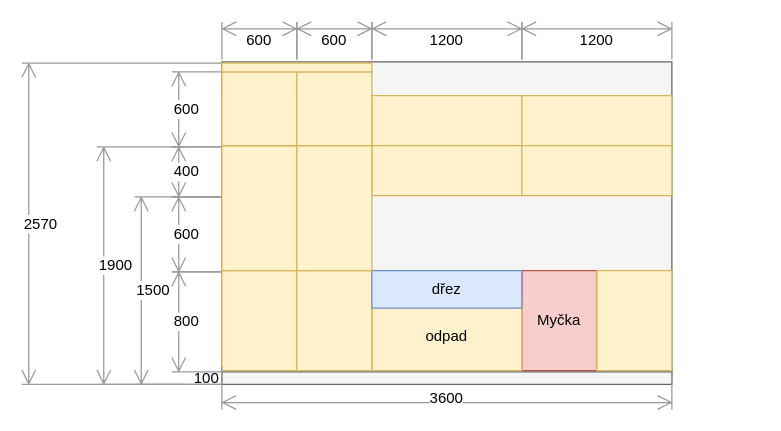
Earlier version of the draw.io diagram docs/src/static/drawings/kitchen.wall-watter.drawio (surquest/flat-renovation). Source tidied: cells renumbered, new cells numbered last; positions are measured from the earlier drawing's top-left corner, leaving out a move shared by most shapes. Both pictures are drawn from the tidied source at 125%, with x=0, y=0 at pixel (21, 21).
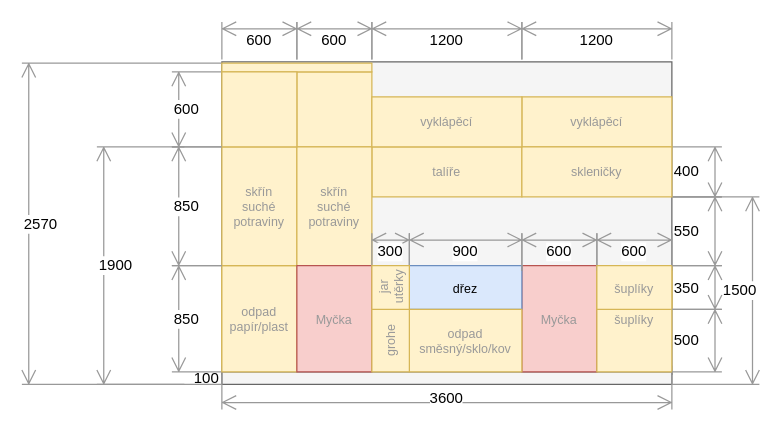
Above is the later version.

Diff of the diagram source:
```diff
@@
-    <mxCell id="6" value="800" style="shape=dimension;direction=south;whiteSpace=wrap;html=1;align=left;verticalAlign=middle;labelBackgroundColor=#ffffff;strokeColor=#999999;" parent="1" vertex="1">
-      <mxGeometry x="120" y="200" width="40" height="80" as="geometry" />
+    <mxCell id="6" value="850" style="shape=dimension;direction=south;whiteSpace=wrap;html=1;align=left;verticalAlign=middle;labelBackgroundColor=#ffffff;strokeColor=#999999;" parent="1" vertex="1">
+      <mxGeometry x="120" y="195" width="40" height="85" as="geometry" />
     </mxCell>
-    <mxCell id="7" value="400" style="shape=dimension;direction=south;whiteSpace=wrap;html=1;align=left;verticalAlign=middle;labelBackgroundColor=#ffffff;strokeColor=#999999;" parent="1" vertex="1">
-      <mxGeometry x="120" y="100" width="40" height="40" as="geometry" />
+    <mxCell id="7" value="400" style="shape=dimension;direction=south;whiteSpace=wrap;html=1;align=left;verticalAlign=middle;labelBackgroundColor=#ffffff;strokeColor=#999999;flipV=1;flipH=1;" parent="1" vertex="1">
+      <mxGeometry x="520" y="100" width="40" height="40" as="geometry" />
     </mxCell>
-    <mxCell id="8" value="1500" style="shape=dimension;direction=south;whiteSpace=wrap;html=1;align=left;verticalAlign=middle;labelBackgroundColor=#ffffff;strokeColor=#999999;" parent="1" vertex="1">
-      <mxGeometry x="90" y="140" width="70" height="150" as="geometry" />
+    <mxCell id="8" value="1500" style="shape=dimension;direction=south;whiteSpace=wrap;html=1;align=right;verticalAlign=middle;labelBackgroundColor=#ffffff;strokeColor=#999999;flipV=1;flipH=1;" parent="1" vertex="1">
+      <mxGeometry x="520" y="140" width="70" height="150" as="geometry" />
     </mxCell>
-    <mxCell id="9" value="Myčka" style="rounded=0;whiteSpace=wrap;html=1;fillColor=#f8cecc;strokeColor=#b85450;" parent="1" vertex="1">
-      <mxGeometry x="400" y="199" width="60" height="80" as="geometry" />
+    <mxCell id="9" value="Myčka" style="rounded=0;whiteSpace=wrap;html=1;fillColor=#f8cecc;strokeColor=#b85450;fontColor=#999999;fontSize=10;" parent="1" vertex="1">
+      <mxGeometry x="400" y="195" width="60" height="85" as="geometry" />
     </mxCell>
-    <mxCell id="10" value="odpad" style="rounded=0;whiteSpace=wrap;html=1;fillColor=#fff2cc;strokeColor=#d6b656;" parent="1" vertex="1">
-      <mxGeometry x="280" y="224" width="120" height="55" as="geometry" />
-    </mxCell>
@@
-    <mxCell id="13" style="rounded=0;whiteSpace=wrap;html=1;fillColor=#fff2cc;strokeColor=#d6b656;" parent="1" vertex="1">
-      <mxGeometry x="220" y="199" width="60" height="80" as="geometry" />
+    <mxCell id="13" value="odpad&lt;br style=&quot;font-size: 10px;&quot;&gt;papír/plast" style="rounded=0;whiteSpace=wrap;html=1;fillColor=#fff2cc;strokeColor=#d6b656;fontColor=#999999;fontSize=10;" parent="1" vertex="1">
+      <mxGeometry x="160" y="195" width="60" height="85" as="geometry" />
     </mxCell>
-    <mxCell id="14" value="dřez" style="rounded=0;whiteSpace=wrap;html=1;fillColor=#dae8fc;strokeColor=#6c8ebf;" parent="1" vertex="1">
-      <mxGeometry x="280" y="199" width="120" height="30" as="geometry" />
+    <mxCell id="14" value="dřez" style="rounded=0;whiteSpace=wrap;html=1;fillColor=#dae8fc;strokeColor=#6c8ebf;fontSize=10;" parent="1" vertex="1">
+      <mxGeometry x="310" y="195" width="90" height="35" as="geometry" />
     </mxCell>
-    <mxCell id="15" value="600" style="shape=dimension;direction=south;whiteSpace=wrap;html=1;align=left;verticalAlign=middle;labelBackgroundColor=#ffffff;strokeColor=#999999;" parent="1" vertex="1">
-      <mxGeometry x="120" y="140" width="40" height="60" as="geometry" />
+    <mxCell id="15" value="550" style="shape=dimension;direction=south;whiteSpace=wrap;html=1;align=left;verticalAlign=middle;labelBackgroundColor=#ffffff;strokeColor=#999999;flipV=1;flipH=1;" parent="1" vertex="1">
+      <mxGeometry x="520" y="140" width="40" height="55" as="geometry" />
     </mxCell>
-    <mxCell id="16" style="rounded=0;whiteSpace=wrap;html=1;fillColor=#fff2cc;strokeColor=#d6b656;" parent="1" vertex="1">
-      <mxGeometry x="280" y="59" width="120" height="40" as="geometry" />
-    </mxCell>
-    <mxCell id="17" style="rounded=0;whiteSpace=wrap;html=1;fillColor=#fff2cc;strokeColor=#d6b656;" parent="1" vertex="1">
-      <mxGeometry x="280" y="99" width="120" height="40" as="geometry" />
+    <mxCell id="17" value="talíře" style="rounded=0;whiteSpace=wrap;html=1;fillColor=#fff2cc;strokeColor=#d6b656;fontColor=#999999;fontSize=10;" parent="1" vertex="1">
+      <mxGeometry x="280" y="100" width="120" height="40" as="geometry" />
     </mxCell>
@@
-    <mxCell id="21" style="rounded=0;whiteSpace=wrap;html=1;fillColor=#fff2cc;strokeColor=#d6b656;" parent="1" vertex="1">
-      <mxGeometry x="160" y="99" width="60" height="100" as="geometry" />
+    <mxCell id="21" value="skřín&lt;br style=&quot;font-size: 10px;&quot;&gt;suché potraviny" style="rounded=0;whiteSpace=wrap;html=1;fillColor=#fff2cc;strokeColor=#d6b656;labelBackgroundColor=none;fontColor=#999999;fontSize=10;" parent="1" vertex="1">
+      <mxGeometry x="160" y="100" width="60" height="95" as="geometry" />
     </mxCell>
-    <mxCell id="22" style="rounded=0;whiteSpace=wrap;html=1;fillColor=#fff2cc;strokeColor=#d6b656;" parent="1" vertex="1">
-      <mxGeometry x="160" y="59" width="60" height="40" as="geometry" />
-    </mxCell>
     <mxCell id="23" style="rounded=0;whiteSpace=wrap;html=1;fillColor=#fff2cc;strokeColor=#d6b656;" parent="1" vertex="1">
-      <mxGeometry x="160" y="40" width="60" height="59" as="geometry" />
+      <mxGeometry x="220" y="40" width="60" height="60" as="geometry" />
     </mxCell>
-    <mxCell id="24" style="rounded=0;whiteSpace=wrap;html=1;fillColor=#fff2cc;strokeColor=#d6b656;" parent="1" vertex="1">
-      <mxGeometry x="220" y="99" width="60" height="100" as="geometry" />
+    <mxCell id="24" value="skřín&lt;br style=&quot;font-size: 10px;&quot;&gt;suché&lt;br style=&quot;font-size: 10px;&quot;&gt;potraviny" style="rounded=0;whiteSpace=wrap;html=1;fillColor=#fff2cc;strokeColor=#d6b656;fontColor=#999999;fontSize=10;" parent="1" vertex="1">
+      <mxGeometry x="220" y="100" width="60" height="95" as="geometry" />
     </mxCell>
-    <mxCell id="25" style="rounded=0;whiteSpace=wrap;html=1;fillColor=#fff2cc;strokeColor=#d6b656;" parent="1" vertex="1">
-      <mxGeometry x="220" y="40" width="60" height="59" as="geometry" />
-    </mxCell>
@@
-    <mxCell id="29" style="rounded=0;whiteSpace=wrap;html=1;fillColor=#fff2cc;strokeColor=#d6b656;" parent="1" vertex="1">
-      <mxGeometry x="400" y="59" width="120" height="40" as="geometry" />
+    <mxCell id="29" value="&lt;span style=&quot;color: rgb(153, 153, 153); font-size: 10px;&quot;&gt;vyklápěcí&lt;/span&gt;" style="rounded=0;whiteSpace=wrap;html=1;fillColor=#fff2cc;strokeColor=#d6b656;fontSize=10;" parent="1" vertex="1">
+      <mxGeometry x="400" y="60" width="120" height="40" as="geometry" />
     </mxCell>
-    <mxCell id="30" style="rounded=0;whiteSpace=wrap;html=1;fillColor=#fff2cc;strokeColor=#d6b656;" parent="1" vertex="1">
-      <mxGeometry x="400" y="99" width="120" height="40" as="geometry" />
+    <mxCell id="30" value="&lt;span style=&quot;color: rgb(153, 153, 153); font-size: 10px;&quot;&gt;skleničky&lt;/span&gt;" style="rounded=0;whiteSpace=wrap;html=1;fillColor=#fff2cc;strokeColor=#d6b656;fontSize=10;" parent="1" vertex="1">
+      <mxGeometry x="400" y="100" width="120" height="40" as="geometry" />
     </mxCell>
-    <mxCell id="31" style="rounded=0;whiteSpace=wrap;html=1;fillColor=#fff2cc;strokeColor=#d6b656;" parent="1" vertex="1">
-      <mxGeometry x="460" y="199" width="60" height="80" as="geometry" />
+    <mxCell id="31" value="šuplíky" style="rounded=0;whiteSpace=wrap;html=1;fillColor=#fff2cc;strokeColor=#d6b656;fontColor=#999999;fontSize=10;" parent="1" vertex="1">
+      <mxGeometry x="460" y="195" width="60" height="85" as="geometry" />
     </mxCell>
@@
+    <mxCell id="33" value="odpad&lt;br style=&quot;font-size: 10px;&quot;&gt;směsný/sklo/kov" style="rounded=0;whiteSpace=wrap;html=1;fillColor=#fff2cc;strokeColor=#d6b656;fontColor=#999999;fontSize=10;" parent="1" vertex="1">
+      <mxGeometry x="310" y="230" width="90" height="50" as="geometry" />
+    </mxCell>
+    <mxCell id="34" value="&lt;font color=&quot;#999999&quot; style=&quot;font-size: 10px;&quot;&gt;Myčka&lt;/font&gt;" style="rounded=0;whiteSpace=wrap;html=1;fillColor=#f8cecc;strokeColor=#b85450;fontSize=10;" parent="1" vertex="1">
+      <mxGeometry x="220" y="195" width="60" height="85" as="geometry" />
+    </mxCell>
+    <mxCell id="35" value="&lt;font color=&quot;#999999&quot; style=&quot;font-size: 10px;&quot;&gt;grohe&lt;/font&gt;" style="rounded=0;whiteSpace=wrap;html=1;fillColor=#fff2cc;strokeColor=#d6b656;horizontal=0;fontSize=10;" parent="1" vertex="1">
+      <mxGeometry x="280" y="230" width="30" height="50" as="geometry" />
+    </mxCell>
+    <mxCell id="36" value="300" style="shape=dimension;direction=west;whiteSpace=wrap;html=1;align=center;verticalAlign=middle;labelBackgroundColor=#ffffff;strokeColor=#999999;" parent="1" vertex="1">
+      <mxGeometry x="280" y="169" width="30" height="30" as="geometry" />
+    </mxCell>
+    <mxCell id="37" value="900" style="shape=dimension;direction=west;whiteSpace=wrap;html=1;align=center;verticalAlign=middle;labelBackgroundColor=#ffffff;strokeColor=#999999;" parent="1" vertex="1">
+      <mxGeometry x="310" y="169" width="90" height="30" as="geometry" />
+    </mxCell>
+    <mxCell id="16" value="vyklápěcí" style="rounded=0;whiteSpace=wrap;html=1;fillColor=#fff2cc;strokeColor=#d6b656;fontColor=#999999;fontSize=10;" parent="1" vertex="1">
+      <mxGeometry x="280" y="60" width="120" height="40" as="geometry" />
+    </mxCell>
+    <mxCell id="38" value="500" style="shape=dimension;direction=south;whiteSpace=wrap;html=1;align=left;verticalAlign=middle;labelBackgroundColor=#ffffff;strokeColor=#999999;flipH=1;" parent="1" vertex="1">
+      <mxGeometry x="520" y="230" width="40" height="50" as="geometry" />
+    </mxCell>
+    <mxCell id="39" value="600" style="shape=dimension;direction=west;whiteSpace=wrap;html=1;align=center;verticalAlign=middle;labelBackgroundColor=#ffffff;strokeColor=#999999;" parent="1" vertex="1">
+      <mxGeometry x="400" y="169" width="60" height="30" as="geometry" />
+    </mxCell>
+    <mxCell id="40" value="600" style="shape=dimension;direction=west;whiteSpace=wrap;html=1;align=center;verticalAlign=middle;labelBackgroundColor=#ffffff;strokeColor=#999999;" parent="1" vertex="1">
+      <mxGeometry x="460" y="169" width="60" height="30" as="geometry" />
+    </mxCell>
+    <mxCell id="41" style="rounded=0;whiteSpace=wrap;html=1;fillColor=#fff2cc;strokeColor=#d6b656;" parent="1" vertex="1">
+      <mxGeometry x="160" y="40" width="60" height="60" as="geometry" />
+    </mxCell>
+    <mxCell id="42" value="850" style="shape=dimension;direction=south;whiteSpace=wrap;html=1;align=left;verticalAlign=middle;labelBackgroundColor=#ffffff;strokeColor=#999999;" parent="1" vertex="1">
+      <mxGeometry x="120" y="100" width="40" height="95" as="geometry" />
+    </mxCell>
+    <mxCell id="43" value="&lt;font color=&quot;#999999&quot; style=&quot;font-size: 10px;&quot;&gt;jar&lt;br&gt;utěrky&lt;br&gt;&lt;/font&gt;" style="rounded=0;whiteSpace=wrap;html=1;fillColor=#fff2cc;strokeColor=#d6b656;horizontal=0;fontSize=10;" parent="1" vertex="1">
+      <mxGeometry x="280" y="195" width="30" height="35" as="geometry" />
+    </mxCell>
+    <mxCell id="44" value="šuplíky" style="rounded=0;whiteSpace=wrap;html=1;fillColor=#fff2cc;strokeColor=#d6b656;fontColor=#999999;fontSize=10;" parent="1" vertex="1">
+      <mxGeometry x="460" y="195" width="60" height="35" as="geometry" />
+    </mxCell>
+    <mxCell id="45" value="350" style="shape=dimension;direction=south;whiteSpace=wrap;html=1;align=left;verticalAlign=middle;labelBackgroundColor=#ffffff;strokeColor=#999999;flipH=1;" parent="1" vertex="1">
+      <mxGeometry x="520" y="195" width="40" height="35" as="geometry" />
+    </mxCell>
```
